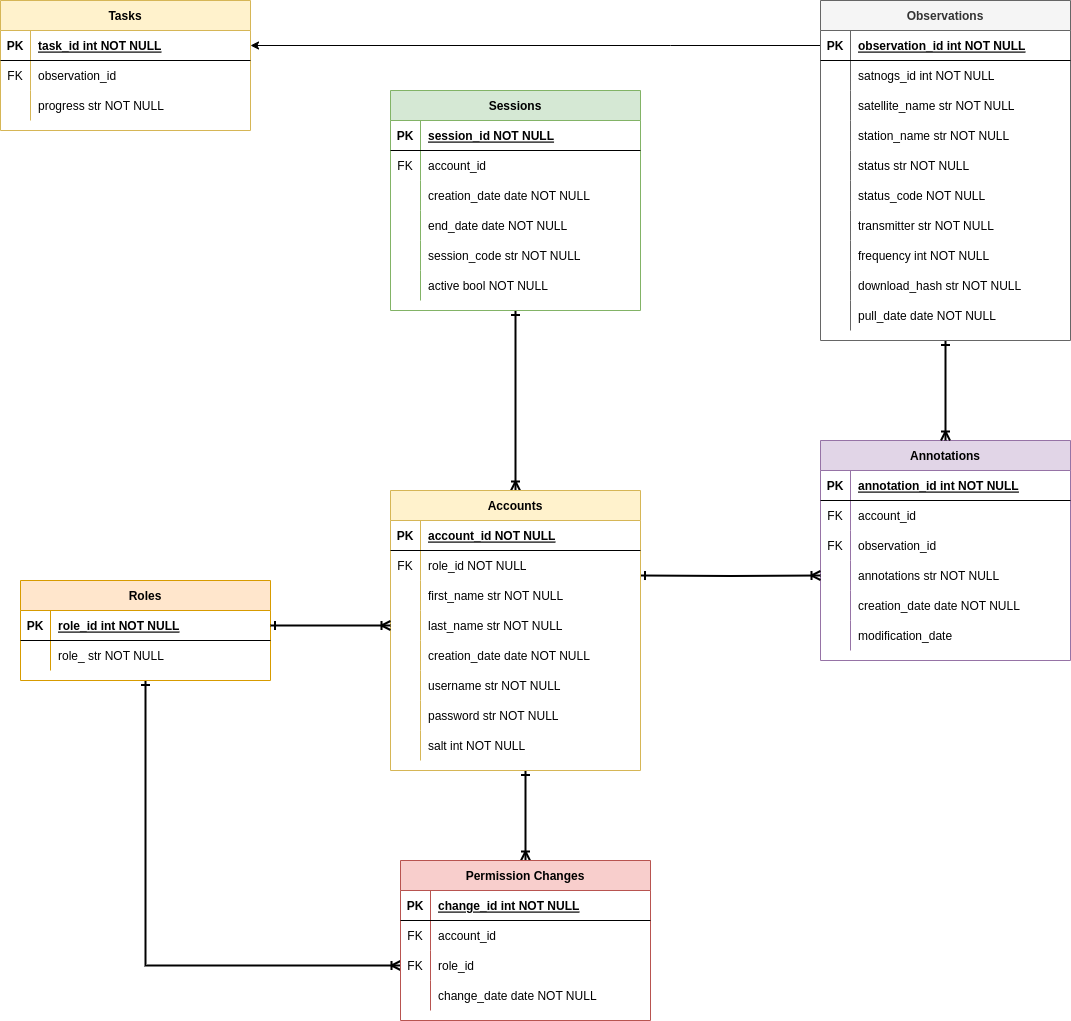
Before: assets/erd/erd.png, a diagram exported from draw.io (Maple-Lazuli/satnogs-annotator). Source tidied: cells renumbered, new cells last; positions are measured from the earlier drawing's top-left corner, leaving out a move shared by most shapes.
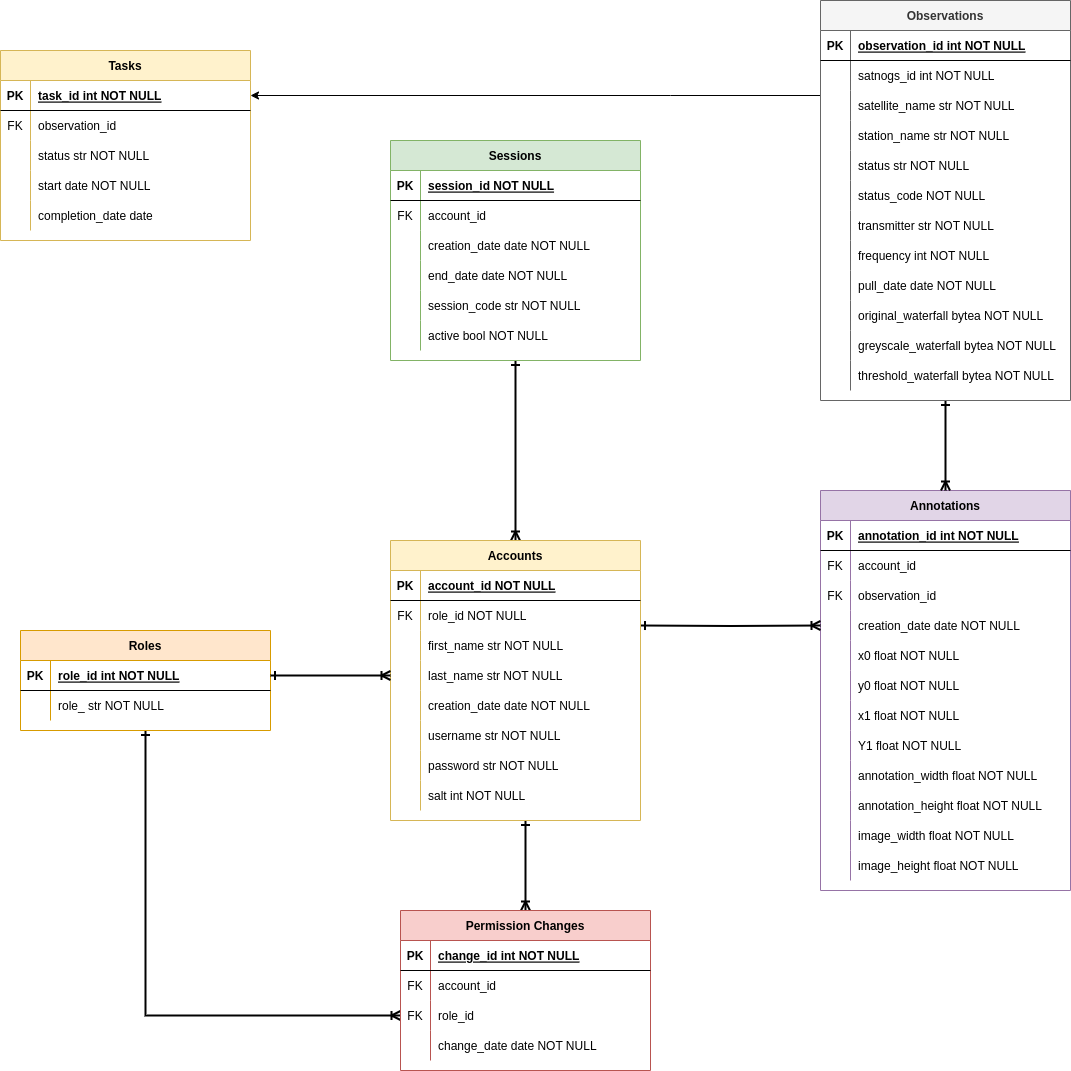
The same diagram one commit later.

Diff of the diagram source:
```diff
@@ -3,7 +3,7 @@
     <mxCell id="0" />
     <mxCell id="1" parent="0" />
     <mxCell id="2" value="Annotations" style="shape=table;startSize=30;rowLines=0;fontStyle=1;align=center;fillColor=#e1d5e7;strokeColor=#9673a6;" parent="1" vertex="1">
-      <mxGeometry x="820" y="440" width="250" height="220" as="geometry" />
+      <mxGeometry x="820" y="440" width="250" height="400" as="geometry" />
     </mxCell>
     <mxCell id="3" style="shape=partialRectangle;fillColor=none;top=0;left=0;right=0;bottom=1;" parent="2" vertex="1">
       <mxGeometry y="30" width="250" height="30" as="geometry" />
@@ -38,7 +38,7 @@
     <mxCell id="13" style="shape=partialRectangle;overflow=hidden;fillColor=none;top=0;left=0;bottom=0;right=0;" parent="12" vertex="1">
       <mxGeometry width="30" height="30" as="geometry" />
     </mxCell>
-    <mxCell id="14" value="annotations str NOT NULL" style="shape=partialRectangle;overflow=hidden;fillColor=none;top=0;left=0;bottom=0;right=0;align=left;spacingLeft=6;" parent="12" vertex="1">
+    <mxCell id="14" value="creation_date date NOT NULL" style="shape=partialRectangle;overflow=hidden;fillColor=none;top=0;left=0;bottom=0;right=0;align=left;spacingLeft=6;" parent="12" vertex="1">
       <mxGeometry x="30" width="220" height="30" as="geometry" />
     </mxCell>
     <mxCell id="15" style="shape=partialRectangle;fillColor=none;top=0;left=0;right=0;bottom=0;" parent="2" vertex="1">
@@ -47,7 +47,7 @@
     <mxCell id="16" style="shape=partialRectangle;overflow=hidden;fillColor=none;top=0;left=0;bottom=0;right=0;" parent="15" vertex="1">
       <mxGeometry width="30" height="30" as="geometry" />
     </mxCell>
-    <mxCell id="17" value="creation_date date NOT NULL" style="shape=partialRectangle;overflow=hidden;fillColor=none;top=0;left=0;bottom=0;right=0;align=left;spacingLeft=6;" parent="15" vertex="1">
+    <mxCell id="17" value="x0 float NOT NULL" style="shape=partialRectangle;overflow=hidden;fillColor=none;top=0;left=0;bottom=0;right=0;align=left;spacingLeft=6;" parent="15" vertex="1">
       <mxGeometry x="30" width="220" height="30" as="geometry" />
     </mxCell>
     <mxCell id="18" style="shape=partialRectangle;fillColor=none;top=0;left=0;right=0;bottom=0;" parent="2" vertex="1">
@@ -56,9 +56,63 @@
     <mxCell id="19" style="shape=partialRectangle;overflow=hidden;fillColor=none;top=0;left=0;bottom=0;right=0;" parent="18" vertex="1">
       <mxGeometry width="30" height="30" as="geometry" />
     </mxCell>
-    <mxCell id="20" value="modification_date" style="shape=partialRectangle;overflow=hidden;fillColor=none;top=0;left=0;bottom=0;right=0;align=left;spacingLeft=6;" parent="18" vertex="1">
+    <mxCell id="20" value="y0 float NOT NULL" style="shape=partialRectangle;overflow=hidden;fillColor=none;top=0;left=0;bottom=0;right=0;align=left;spacingLeft=6;" parent="18" vertex="1">
       <mxGeometry x="30" width="220" height="30" as="geometry" />
     </mxCell>
+    <mxCell id="133" style="shape=partialRectangle;fillColor=none;top=0;left=0;right=0;bottom=0;" parent="2" vertex="1">
+      <mxGeometry y="210" width="250" height="30" as="geometry" />
+    </mxCell>
+    <mxCell id="134" style="shape=partialRectangle;overflow=hidden;fillColor=none;top=0;left=0;bottom=0;right=0;" parent="133" vertex="1">
+      <mxGeometry width="30" height="30" as="geometry" />
+    </mxCell>
+    <mxCell id="135" value="x1 float NOT NULL" style="shape=partialRectangle;overflow=hidden;fillColor=none;top=0;left=0;bottom=0;right=0;align=left;spacingLeft=6;" parent="133" vertex="1">
+      <mxGeometry x="30" width="220" height="30" as="geometry" />
+    </mxCell>
+    <mxCell id="136" style="shape=partialRectangle;fillColor=none;top=0;left=0;right=0;bottom=0;" parent="2" vertex="1">
+      <mxGeometry y="240" width="250" height="30" as="geometry" />
+    </mxCell>
+    <mxCell id="137" style="shape=partialRectangle;overflow=hidden;fillColor=none;top=0;left=0;bottom=0;right=0;" parent="136" vertex="1">
+      <mxGeometry width="30" height="30" as="geometry" />
+    </mxCell>
+    <mxCell id="138" value="Y1 float NOT NULL" style="shape=partialRectangle;overflow=hidden;fillColor=none;top=0;left=0;bottom=0;right=0;align=left;spacingLeft=6;" parent="136" vertex="1">
+      <mxGeometry x="30" width="220" height="30" as="geometry" />
+    </mxCell>
+    <mxCell id="117" style="shape=partialRectangle;fillColor=none;top=0;left=0;right=0;bottom=0;" parent="2" vertex="1">
+      <mxGeometry y="270" width="250" height="30" as="geometry" />
+    </mxCell>
+    <mxCell id="139" style="shape=partialRectangle;overflow=hidden;fillColor=none;top=0;left=0;bottom=0;right=0;" parent="117" vertex="1">
+      <mxGeometry width="30" height="30" as="geometry" />
+    </mxCell>
+    <mxCell id="140" value="annotation_width float NOT NULL" style="shape=partialRectangle;overflow=hidden;fillColor=none;top=0;left=0;bottom=0;right=0;align=left;spacingLeft=6;" parent="117" vertex="1">
+      <mxGeometry x="30" width="220" height="30" as="geometry" />
+    </mxCell>
+    <mxCell id="141" style="shape=partialRectangle;fillColor=none;top=0;left=0;right=0;bottom=0;" parent="2" vertex="1">
+      <mxGeometry y="300" width="250" height="30" as="geometry" />
+    </mxCell>
+    <mxCell id="142" style="shape=partialRectangle;overflow=hidden;fillColor=none;top=0;left=0;bottom=0;right=0;" parent="141" vertex="1">
+      <mxGeometry width="30" height="30" as="geometry" />
+    </mxCell>
+    <mxCell id="143" value="annotation_height float NOT NULL" style="shape=partialRectangle;overflow=hidden;fillColor=none;top=0;left=0;bottom=0;right=0;align=left;spacingLeft=6;" parent="141" vertex="1">
+      <mxGeometry x="30" width="220" height="30" as="geometry" />
+    </mxCell>
+    <mxCell id="144" style="shape=partialRectangle;fillColor=none;top=0;left=0;right=0;bottom=0;" parent="2" vertex="1">
+      <mxGeometry y="330" width="250" height="30" as="geometry" />
+    </mxCell>
+    <mxCell id="145" style="shape=partialRectangle;overflow=hidden;fillColor=none;top=0;left=0;bottom=0;right=0;" parent="144" vertex="1">
+      <mxGeometry width="30" height="30" as="geometry" />
+    </mxCell>
+    <mxCell id="146" value="image_width float NOT NULL" style="shape=partialRectangle;overflow=hidden;fillColor=none;top=0;left=0;bottom=0;right=0;align=left;spacingLeft=6;" parent="144" vertex="1">
+      <mxGeometry x="30" width="220" height="30" as="geometry" />
+    </mxCell>
+    <mxCell id="147" style="shape=partialRectangle;fillColor=none;top=0;left=0;right=0;bottom=0;" parent="2" vertex="1">
+      <mxGeometry y="360" width="250" height="30" as="geometry" />
+    </mxCell>
+    <mxCell id="148" style="shape=partialRectangle;overflow=hidden;fillColor=none;top=0;left=0;bottom=0;right=0;" parent="147" vertex="1">
+      <mxGeometry width="30" height="30" as="geometry" />
+    </mxCell>
+    <mxCell id="149" value="image_height float NOT NULL" style="shape=partialRectangle;overflow=hidden;fillColor=none;top=0;left=0;bottom=0;right=0;align=left;spacingLeft=6;" parent="147" vertex="1">
+      <mxGeometry x="30" width="220" height="30" as="geometry" />
+    </mxCell>
     <mxCell id="21" style="edgeStyle=orthogonalEdgeStyle;rounded=0;jettySize=auto;html=1;entryX=0;entryY=0.5;entryDx=0;entryDy=0;startArrow=ERone;startFill=0;endArrow=ERoneToMany;endFill=0;strokeWidth=2;" parent="1" edge="1" source="22" target="57">
       <mxGeometry relative="1" as="geometry" />
     </mxCell>
@@ -282,7 +336,7 @@
       </mxGeometry>
     </mxCell>
     <mxCell id="92" value="Observations" style="shape=table;startSize=30;rowLines=0;fontStyle=1;align=center;fillColor=#f5f5f5;strokeColor=#666666;fontColor=#333333;" parent="1" vertex="1">
-      <mxGeometry x="820" width="250" height="340" as="geometry" />
+      <mxGeometry x="820" y="-50" width="250" height="400" as="geometry" />
     </mxCell>
     <mxCell id="93" style="shape=partialRectangle;fillColor=none;top=0;left=0;right=0;bottom=1;" parent="92" vertex="1">
       <mxGeometry y="30" width="250" height="30" as="geometry" />
@@ -356,17 +410,8 @@
     <mxCell id="116" value="frequency int NOT NULL" style="shape=partialRectangle;overflow=hidden;fillColor=none;top=0;left=0;bottom=0;right=0;align=left;spacingLeft=6;" parent="114" vertex="1">
       <mxGeometry x="30" width="220" height="30" as="geometry" />
     </mxCell>
-    <mxCell id="117" style="shape=partialRectangle;fillColor=none;top=0;left=0;right=0;bottom=0;" parent="92" vertex="1">
-      <mxGeometry y="270" width="250" height="30" as="geometry" />
-    </mxCell>
-    <mxCell id="118" style="shape=partialRectangle;overflow=hidden;fillColor=none;top=0;left=0;bottom=0;right=0;" parent="117" vertex="1">
-      <mxGeometry width="30" height="30" as="geometry" />
-    </mxCell>
-    <mxCell id="119" value="download_hash str NOT NULL" style="shape=partialRectangle;overflow=hidden;fillColor=none;top=0;left=0;bottom=0;right=0;align=left;spacingLeft=6;" parent="117" vertex="1">
-      <mxGeometry x="30" width="220" height="30" as="geometry" />
-    </mxCell>
     <mxCell id="120" style="shape=partialRectangle;fillColor=none;top=0;left=0;right=0;bottom=0;" parent="92" vertex="1">
-      <mxGeometry y="300" width="250" height="30" as="geometry" />
+      <mxGeometry y="270" width="250" height="30" as="geometry" />
     </mxCell>
     <mxCell id="121" style="shape=partialRectangle;overflow=hidden;fillColor=none;top=0;left=0;bottom=0;right=0;" parent="120" vertex="1">
       <mxGeometry width="30" height="30" as="geometry" />
@@ -374,8 +419,35 @@
     <mxCell id="122" value="pull_date date NOT NULL" style="shape=partialRectangle;overflow=hidden;fillColor=none;top=0;left=0;bottom=0;right=0;align=left;spacingLeft=6;" parent="120" vertex="1">
       <mxGeometry x="30" width="220" height="30" as="geometry" />
     </mxCell>
+    <mxCell id="150" style="shape=partialRectangle;fillColor=none;top=0;left=0;right=0;bottom=0;" parent="92" vertex="1">
+      <mxGeometry y="300" width="250" height="30" as="geometry" />
+    </mxCell>
+    <mxCell id="151" style="shape=partialRectangle;overflow=hidden;fillColor=none;top=0;left=0;bottom=0;right=0;" parent="150" vertex="1">
+      <mxGeometry width="30" height="30" as="geometry" />
+    </mxCell>
+    <mxCell id="152" value="original_waterfall bytea NOT NULL" style="shape=partialRectangle;overflow=hidden;fillColor=none;top=0;left=0;bottom=0;right=0;align=left;spacingLeft=6;" parent="150" vertex="1">
+      <mxGeometry x="30" width="220" height="30" as="geometry" />
+    </mxCell>
+    <mxCell id="153" style="shape=partialRectangle;fillColor=none;top=0;left=0;right=0;bottom=0;" parent="92" vertex="1">
+      <mxGeometry y="330" width="250" height="30" as="geometry" />
+    </mxCell>
+    <mxCell id="154" style="shape=partialRectangle;overflow=hidden;fillColor=none;top=0;left=0;bottom=0;right=0;" parent="153" vertex="1">
+      <mxGeometry width="30" height="30" as="geometry" />
+    </mxCell>
+    <mxCell id="155" value="greyscale_waterfall bytea NOT NULL" style="shape=partialRectangle;overflow=hidden;fillColor=none;top=0;left=0;bottom=0;right=0;align=left;spacingLeft=6;" parent="153" vertex="1">
+      <mxGeometry x="30" width="220" height="30" as="geometry" />
+    </mxCell>
+    <mxCell id="156" style="shape=partialRectangle;fillColor=none;top=0;left=0;right=0;bottom=0;" parent="92" vertex="1">
+      <mxGeometry y="360" width="250" height="30" as="geometry" />
+    </mxCell>
+    <mxCell id="157" style="shape=partialRectangle;overflow=hidden;fillColor=none;top=0;left=0;bottom=0;right=0;" parent="156" vertex="1">
+      <mxGeometry width="30" height="30" as="geometry" />
+    </mxCell>
+    <mxCell id="158" value="threshold_waterfall bytea NOT NULL" style="shape=partialRectangle;overflow=hidden;fillColor=none;top=0;left=0;bottom=0;right=0;align=left;spacingLeft=6;" parent="156" vertex="1">
+      <mxGeometry x="30" width="220" height="30" as="geometry" />
+    </mxCell>
     <mxCell id="123" value="Tasks" style="shape=table;startSize=30;rowLines=0;fontStyle=1;align=center;fillColor=#fff2cc;strokeColor=#d6b656;" parent="1" vertex="1">
-      <mxGeometry width="250" height="130" as="geometry" />
+      <mxGeometry width="250" height="190" as="geometry" />
     </mxCell>
     <mxCell id="124" style="shape=partialRectangle;fillColor=none;points=[[0,0.5],[1,0.5]];portConstraint=eastwest;top=0;left=0;right=0;bottom=1;" parent="123" vertex="1">
       <mxGeometry y="30" width="250" height="30" as="geometry" />
@@ -401,8 +473,26 @@
     <mxCell id="131" style="shape=partialRectangle;overflow=hidden;fillColor=none;top=0;left=0;bottom=0;right=0;" parent="130" vertex="1">
       <mxGeometry width="30" height="30" as="geometry" />
     </mxCell>
-    <mxCell id="132" value="progress str NOT NULL" style="shape=partialRectangle;overflow=hidden;fillColor=none;top=0;left=0;bottom=0;right=0;align=left;spacingLeft=6;" parent="130" vertex="1">
+    <mxCell id="132" value="status str NOT NULL" style="shape=partialRectangle;overflow=hidden;fillColor=none;top=0;left=0;bottom=0;right=0;align=left;spacingLeft=6;" parent="130" vertex="1">
       <mxGeometry x="30" width="220" height="30" as="geometry" />
     </mxCell>
+    <mxCell id="159" style="shape=partialRectangle;fillColor=none;top=0;left=0;right=0;bottom=0;" parent="123" vertex="1">
+      <mxGeometry y="120" width="250" height="30" as="geometry" />
+    </mxCell>
+    <mxCell id="160" style="shape=partialRectangle;overflow=hidden;fillColor=none;top=0;left=0;bottom=0;right=0;" parent="159" vertex="1">
+      <mxGeometry width="30" height="30" as="geometry" />
+    </mxCell>
+    <mxCell id="161" value="start date NOT NULL" style="shape=partialRectangle;overflow=hidden;fillColor=none;top=0;left=0;bottom=0;right=0;align=left;spacingLeft=6;" parent="159" vertex="1">
+      <mxGeometry x="30" width="220" height="30" as="geometry" />
+    </mxCell>
+    <mxCell id="162" style="shape=partialRectangle;fillColor=none;top=0;left=0;right=0;bottom=0;" parent="123" vertex="1">
+      <mxGeometry y="150" width="250" height="30" as="geometry" />
+    </mxCell>
+    <mxCell id="163" style="shape=partialRectangle;overflow=hidden;fillColor=none;top=0;left=0;bottom=0;right=0;" parent="162" vertex="1">
+      <mxGeometry width="30" height="30" as="geometry" />
+    </mxCell>
+    <mxCell id="164" value="completion_date date" style="shape=partialRectangle;overflow=hidden;fillColor=none;top=0;left=0;bottom=0;right=0;align=left;spacingLeft=6;" parent="162" vertex="1">
+      <mxGeometry x="30" width="220" height="30" as="geometry" />
+    </mxCell>
   </root>
 </mxGraphModel>
```
